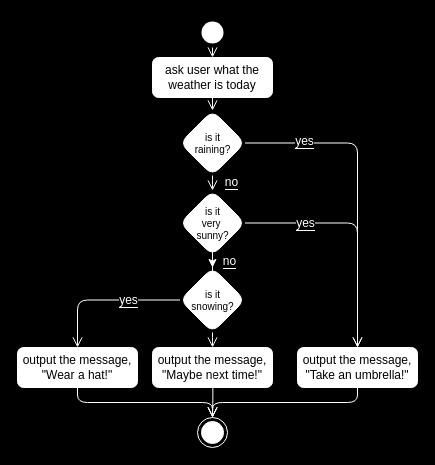
Earlier version of the draw.io diagram page "switch case" (3 of 3) of docs/images/selections.drawio (nyu-computer-science/intro-to-computer-science). Source tidied: cells renumbered, new cells numbered last; positions are measured from the earlier drawing's top-left corner, leaving out a move shared by most shapes. Both pictures are drawn from the tidied source at 100%, with x=0, y=0 at pixel (17, 17).
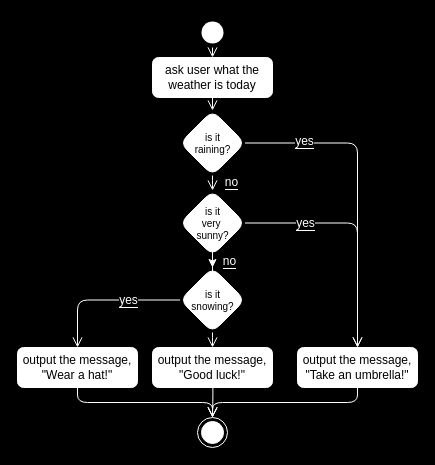
After the change.

What changed in the source:
```diff
@@
-    <mxCell id="8" value="output the message,&lt;br&gt;&quot;Maybe next time!&quot;" style="rounded=1;whiteSpace=wrap;html=1;strokeColor=#FFFFFF;fillColor=#FFFFFF;" parent="1" vertex="1">
+    <mxCell id="8" value="output the message,&lt;br&gt;&quot;Good luck!&quot;" style="rounded=1;whiteSpace=wrap;html=1;strokeColor=#FFFFFF;fillColor=#FFFFFF;" parent="1" vertex="1">
       <mxGeometry x="135" y="330" width="120" height="40" as="geometry" />
     </mxCell>
```
